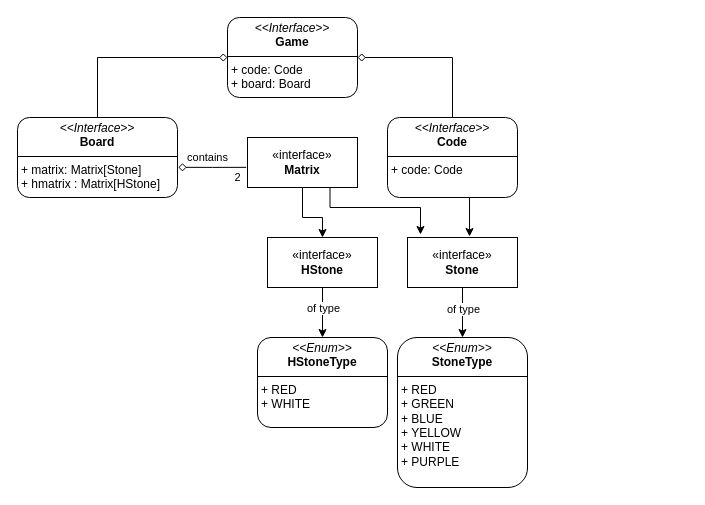
Earlier version of the draw.io diagram mastermind.drawio (Totti00/PPS-22-mastermind). Source tidied: cells renumbered, new cells numbered last; positions are measured from the earlier drawing's top-left corner, leaving out a move shared by most shapes. Both pictures are drawn from the tidied source at 100%, with x=0, y=0 at pixel (17, 17).
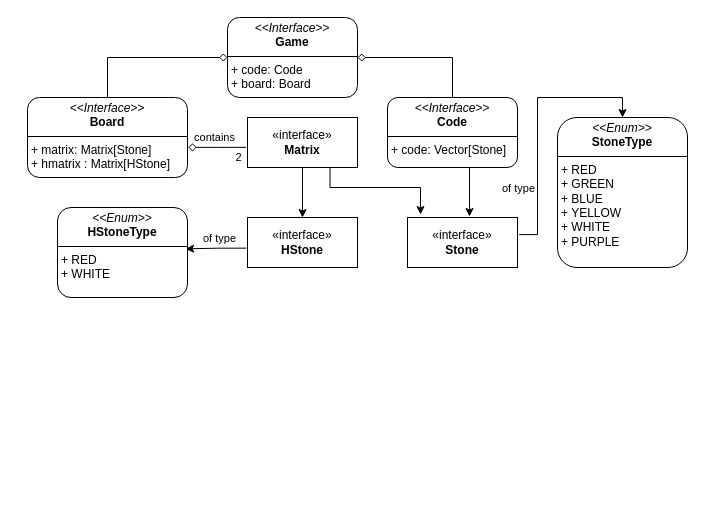
Above is the later version.

What changed in the source:
```diff
@@
-    <mxCell id="4" value="&lt;p style=&quot;margin:0px;margin-top:4px;text-align:center;&quot;&gt;&lt;i&gt;&amp;lt;&amp;lt;Interface&amp;gt;&amp;gt;&lt;/i&gt;&lt;br&gt;&lt;b&gt;Code&lt;/b&gt;&lt;/p&gt;&lt;hr size=&quot;1&quot; style=&quot;border-style:solid;&quot;&gt;&lt;p style=&quot;margin:0px;margin-left:4px;&quot;&gt;+ code: Code&lt;br&gt;&lt;/p&gt;" style="verticalAlign=top;align=left;overflow=fill;html=1;whiteSpace=wrap;rounded=1;" parent="1" vertex="1">
-      <mxGeometry x="370" y="100" width="130" height="80" as="geometry" />
+    <mxCell id="4" value="&lt;p style=&quot;margin:0px;margin-top:4px;text-align:center;&quot;&gt;&lt;i&gt;&amp;lt;&amp;lt;Interface&amp;gt;&amp;gt;&lt;/i&gt;&lt;br&gt;&lt;b&gt;Code&lt;/b&gt;&lt;/p&gt;&lt;hr size=&quot;1&quot; style=&quot;border-style:solid;&quot;&gt;&lt;p style=&quot;margin:0px;margin-left:4px;&quot;&gt;+ code: Vector[Stone]&lt;br&gt;&lt;/p&gt;" style="verticalAlign=top;align=left;overflow=fill;html=1;whiteSpace=wrap;rounded=1;" parent="1" vertex="1">
+      <mxGeometry x="370" y="80" width="130" height="70" as="geometry" />
     </mxCell>
@@
     <mxCell id="6" value="&lt;p style=&quot;margin:0px;margin-top:4px;text-align:center;&quot;&gt;&lt;i&gt;&amp;lt;&amp;lt;Interface&amp;gt;&amp;gt;&lt;/i&gt;&lt;br&gt;&lt;b&gt;Board&lt;/b&gt;&lt;/p&gt;&lt;hr size=&quot;1&quot; style=&quot;border-style:solid;&quot;&gt;&lt;p style=&quot;margin:0px;margin-left:4px;&quot;&gt;+ matrix: Matrix[Stone]&lt;br&gt;&lt;/p&gt;&lt;p style=&quot;margin:0px;margin-left:4px;&quot;&gt;+ hmatrix : Matrix[HStone]&lt;/p&gt;" style="verticalAlign=top;align=left;overflow=fill;html=1;whiteSpace=wrap;rounded=1;" parent="1" vertex="1">
-      <mxGeometry y="100" width="160" height="80" as="geometry" />
+      <mxGeometry x="10" y="80" width="160" height="80" as="geometry" />
     </mxCell>
     <mxCell id="7" style="edgeStyle=orthogonalEdgeStyle;rounded=0;jettySize=auto;html=1;exitX=0.5;exitY=1;exitDx=0;exitDy=0;entryX=0.5;entryY=0;entryDx=0;entryDy=0;" parent="1" edge="1" source="9" target="12">
       <mxGeometry relative="1" as="geometry">
         <Array as="points">
-          <mxPoint x="285" y="200" />
-          <mxPoint x="305" y="200" />
+          <mxPoint x="285" y="150" />
+          <mxPoint x="285" y="230" />
         </Array>
       </mxGeometry>
     </mxCell>
     <mxCell id="8" style="edgeStyle=orthogonalEdgeStyle;rounded=0;jettySize=auto;html=1;exitX=0.75;exitY=1;exitDx=0;exitDy=0;entryX=0.118;entryY=-0.06;entryDx=0;entryDy=0;entryPerimeter=0;" parent="1" edge="1" source="9" target="15">
       <mxGeometry relative="1" as="geometry">
         <Array as="points">
-          <mxPoint x="313" y="190" />
-          <mxPoint x="403" y="190" />
+          <mxPoint x="313" y="170" />
+          <mxPoint x="403" y="170" />
         </Array>
       </mxGeometry>
     </mxCell>
     <mxCell id="9" value="«interface»&lt;br&gt;&lt;b&gt;Matrix&lt;/b&gt;" style="html=1;whiteSpace=wrap;" parent="1" vertex="1">
-      <mxGeometry x="230" y="120" width="110" height="50" as="geometry" />
+      <mxGeometry x="230" y="100" width="110" height="50" as="geometry" />
     </mxCell>
-    <mxCell id="10" style="edgeStyle=orthogonalEdgeStyle;rounded=0;jettySize=auto;html=1;exitX=0.5;exitY=1;exitDx=0;exitDy=0;entryX=0.5;entryY=0;entryDx=0;entryDy=0;" parent="1" edge="1" source="12" target="16">
+    <mxCell id="10" style="edgeStyle=orthogonalEdgeStyle;rounded=0;jettySize=auto;html=1;exitX=-0.011;exitY=0.613;exitDx=0;exitDy=0;entryX=0.985;entryY=0.459;entryDx=0;entryDy=0;entryPerimeter=0;exitPerimeter=0;" parent="1" edge="1" source="12" target="16">
       <mxGeometry relative="1" as="geometry" />
     </mxCell>
     <mxCell id="11" value="of type" style="edgeLabel;html=1;align=center;verticalAlign=middle;" parent="10" vertex="1">
       <mxGeometry x="0.08" relative="1" as="geometry">
-        <mxPoint y="-7" as="offset" />
+        <mxPoint x="5" y="-11" as="offset" />
       </mxGeometry>
     </mxCell>
     <mxCell id="12" value="«interface»&lt;br&gt;&lt;b&gt;HStone&lt;/b&gt;" style="html=1;whiteSpace=wrap;" parent="1" vertex="1">
-      <mxGeometry x="250" y="220" width="110" height="50" as="geometry" />
+      <mxGeometry x="230" y="200" width="110" height="50" as="geometry" />
     </mxCell>
-    <mxCell id="13" style="edgeStyle=orthogonalEdgeStyle;rounded=0;jettySize=auto;html=1;exitX=0.5;exitY=1;exitDx=0;exitDy=0;entryX=0.5;entryY=0;entryDx=0;entryDy=0;" parent="1" edge="1" source="15" target="17">
+    <mxCell id="13" style="edgeStyle=orthogonalEdgeStyle;rounded=0;jettySize=auto;html=1;exitX=1.015;exitY=0.342;exitDx=0;exitDy=0;entryX=0.5;entryY=0;entryDx=0;entryDy=0;exitPerimeter=0;" parent="1" edge="1" source="15" target="17">
       <mxGeometry relative="1" as="geometry" />
     </mxCell>
     <mxCell id="14" value="of type" style="edgeLabel;html=1;align=center;verticalAlign=middle;" parent="13" vertex="1">
-      <mxGeometry x="-0.16" relative="1" as="geometry" />
+      <mxGeometry x="-0.16" relative="1" as="geometry">
+        <mxPoint x="-20" y="44" as="offset" />
+      </mxGeometry>
     </mxCell>
     <mxCell id="15" value="«interface»&lt;br&gt;&lt;b&gt;Stone&lt;/b&gt;" style="html=1;whiteSpace=wrap;" parent="1" vertex="1">
-      <mxGeometry x="390" y="220" width="110" height="50" as="geometry" />
+      <mxGeometry x="390" y="200" width="110" height="50" as="geometry" />
     </mxCell>
     <mxCell id="16" value="&lt;p style=&quot;margin:0px;margin-top:4px;text-align:center;&quot;&gt;&lt;i&gt;&amp;lt;&amp;lt;Enum&amp;gt;&amp;gt;&lt;/i&gt;&lt;br&gt;&lt;b&gt;HStoneType&lt;/b&gt;&lt;/p&gt;&lt;hr size=&quot;1&quot; style=&quot;border-style:solid;&quot;&gt;&lt;p style=&quot;margin:0px;margin-left:4px;&quot;&gt;+ RED&lt;/p&gt;&lt;p style=&quot;margin:0px;margin-left:4px;&quot;&gt;+ WHITE&lt;/p&gt;" style="verticalAlign=top;align=left;overflow=fill;html=1;whiteSpace=wrap;rounded=1;" parent="1" vertex="1">
-      <mxGeometry x="240" y="320" width="130" height="90" as="geometry" />
+      <mxGeometry x="40" y="190" width="130" height="90" as="geometry" />
     </mxCell>
     <mxCell id="17" value="&lt;p style=&quot;margin:0px;margin-top:4px;text-align:center;&quot;&gt;&lt;i&gt;&amp;lt;&amp;lt;Enum&amp;gt;&amp;gt;&lt;/i&gt;&lt;br&gt;&lt;b&gt;StoneType&lt;/b&gt;&lt;/p&gt;&lt;hr size=&quot;1&quot; style=&quot;border-style:solid;&quot;&gt;&lt;p style=&quot;margin:0px;margin-left:4px;&quot;&gt;+ RED&lt;/p&gt;&lt;p style=&quot;margin:0px;margin-left:4px;&quot;&gt;+ GREEN&lt;/p&gt;&lt;p style=&quot;margin:0px;margin-left:4px;&quot;&gt;+ BLUE&lt;/p&gt;&lt;p style=&quot;margin:0px;margin-left:4px;&quot;&gt;+ YELLOW&lt;/p&gt;&lt;p style=&quot;margin:0px;margin-left:4px;&quot;&gt;+ WHITE&lt;/p&gt;&lt;p style=&quot;margin:0px;margin-left:4px;&quot;&gt;+ PURPLE&lt;/p&gt;" style="verticalAlign=top;align=left;overflow=fill;html=1;whiteSpace=wrap;rounded=1;" parent="1" vertex="1">
-      <mxGeometry x="380" y="320" width="130" height="150" as="geometry" />
+      <mxGeometry x="540" y="100" width="130" height="150" as="geometry" />
     </mxCell>
```
